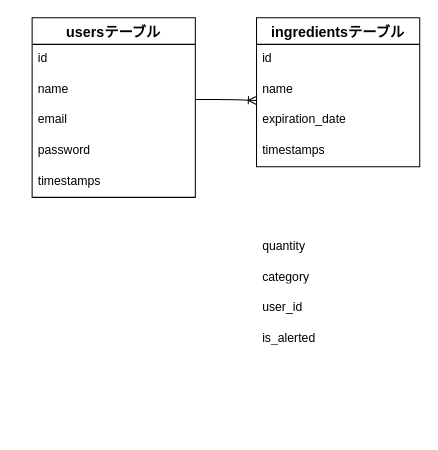
Above: food-management.dio in urumilk/food-management (draw.io), before the change. Source tidied: cells renumbered, new cells numbered last; positions are measured from the earlier drawing's top-left corner, leaving out a move shared by most shapes. Both pictures are drawn from the tidied source at 102%, with x=0, y=0 at pixel (32, 17).
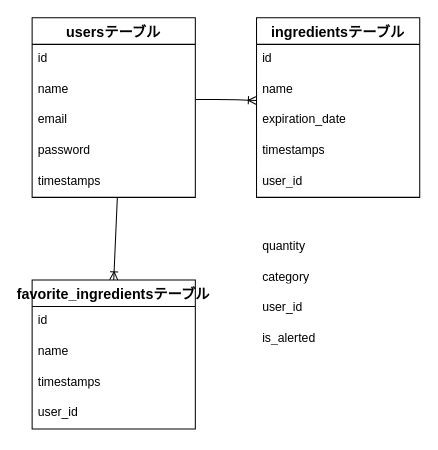
Above is the later version.

Unchanged cells that the change refers to:
```xml
<mxCell id="7" value="timestamps" style="text;strokeColor=none;fillColor=none;spacingLeft=4;spacingRight=4;overflow=hidden;points=[[0,0.5],[1,0.5]];portConstraint=eastwest;fontSize=12;whiteSpace=wrap;html=1;" parent="2" vertex="1">
  <mxGeometry y="146" width="160" height="30" as="geometry" />
</mxCell>
```

Change to the diagram source:
```diff
@@
     <mxCell id="8" value="ingredientsテーブル" style="swimlane;fontStyle=1;horizontal=1;startSize=26;align=center;fontSize=14;" parent="1" vertex="1">
-      <mxGeometry x="220" width="160" height="146" as="geometry" />
+      <mxGeometry x="220" width="160" height="176" as="geometry" />
     </mxCell>
@@
+    <mxCell id="18" value="&lt;span style=&quot;color: rgb(0, 0, 0); font-family: Helvetica; font-size: 12px; font-style: normal; font-variant-ligatures: normal; font-variant-caps: normal; font-weight: 400; letter-spacing: normal; orphans: 2; text-align: left; text-indent: 0px; text-transform: none; widows: 2; word-spacing: 0px; -webkit-text-stroke-width: 0px; white-space: normal; background-color: rgb(251, 251, 251); text-decoration-thickness: initial; text-decoration-style: initial; text-decoration-color: initial; display: inline !important; float: none;&quot;&gt;user_id&lt;/span&gt;" style="text;strokeColor=none;fillColor=none;spacingLeft=4;spacingRight=4;overflow=hidden;fontSize=12;whiteSpace=wrap;html=1;" parent="8" vertex="1">
+      <mxGeometry y="146" width="160" height="30" as="geometry" />
+    </mxCell>
@@
+    <mxCell id="19" value="favorite_ingredientsテーブル" style="swimlane;fontStyle=1;horizontal=1;startSize=26;align=center;fontSize=14;" parent="1" vertex="1">
+      <mxGeometry y="257" width="160" height="146" as="geometry" />
+    </mxCell>
+    <mxCell id="20" value="&lt;span style=&quot;background-color: transparent;&quot;&gt;id&lt;/span&gt;" style="text;strokeColor=none;fillColor=none;spacingLeft=4;spacingRight=4;overflow=hidden;fontSize=12;whiteSpace=wrap;html=1;align=left;" parent="19" vertex="1">
+      <mxGeometry y="26" width="160" height="30" as="geometry" />
+    </mxCell>
+    <mxCell id="21" value="name" style="text;strokeColor=none;fillColor=none;spacingLeft=4;spacingRight=4;overflow=hidden;fontSize=12;whiteSpace=wrap;html=1;" parent="19" vertex="1">
+      <mxGeometry y="56" width="160" height="30" as="geometry" />
+    </mxCell>
+    <mxCell id="22" value="timestamps" style="text;strokeColor=none;fillColor=none;spacingLeft=4;spacingRight=4;overflow=hidden;fontSize=12;whiteSpace=wrap;html=1;" parent="19" vertex="1">
+      <mxGeometry y="86" width="160" height="30" as="geometry" />
+    </mxCell>
+    <mxCell id="23" value="&lt;span style=&quot;color: rgb(0, 0, 0);&quot;&gt;user_id&lt;/span&gt;" style="text;strokeColor=none;fillColor=none;spacingLeft=4;spacingRight=4;overflow=hidden;fontSize=12;whiteSpace=wrap;html=1;" parent="19" vertex="1">
+      <mxGeometry y="116" width="160" height="30" as="geometry" />
+    </mxCell>
+    <mxCell id="24" style="fontSize=12;html=1;endArrow=ERoneToMany;rounded=0;strokeColor=default;entryX=0.5;entryY=0;entryDx=0;entryDy=0;exitX=0.522;exitY=1.016;exitDx=0;exitDy=0;exitPerimeter=0;" parent="1" edge="1" source="7" target="19">
+      <mxGeometry relative="1" as="geometry" />
+    </mxCell>
```
